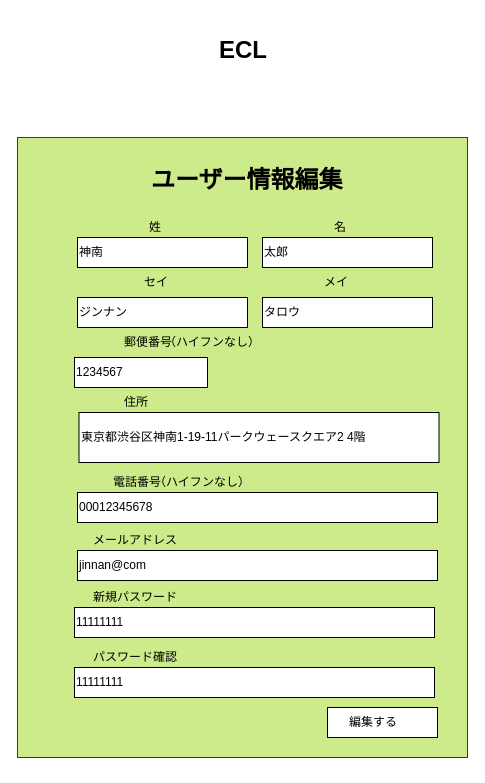
This is ワイヤーフレーム/admin/admin_user_edit.drawio from ecl11/ECL, a draw.io file, before an edit. Source tidied: cells renumbered, new cells numbered last; positions are measured from the earlier drawing's top-left corner, leaving out a move shared by most shapes. Both pictures are drawn from the tidied source at 100%, with x=0, y=0 at pixel (17, 17).
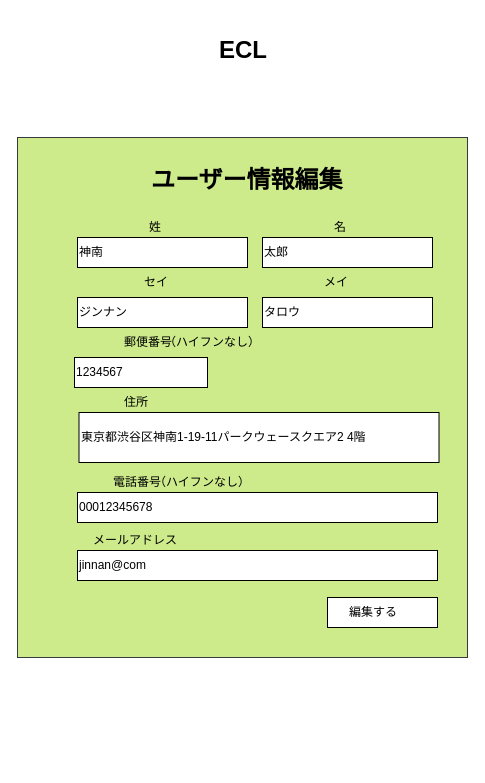
Above is the later version.

Change to the diagram source:
```diff
@@
     <mxCell id="4" style="rounded=0;whiteSpace=wrap;html=1;strokeWidth=1;align=left;fillColor=#cdeb8b;strokeColor=#36393d;" parent="1" vertex="1">
-      <mxGeometry y="120" width="450" height="620" as="geometry" />
+      <mxGeometry y="120" width="450" height="520" as="geometry" />
     </mxCell>
@@
-    <mxCell id="16" value="11111111" style="rounded=0;whiteSpace=wrap;html=1;strokeWidth=1;align=left;" parent="1" vertex="1">
-      <mxGeometry x="57" y="650" width="360" height="30" as="geometry" />
-    </mxCell>
-    <mxCell id="17" value="11111111" style="rounded=0;whiteSpace=wrap;html=1;strokeWidth=1;align=left;" parent="1" vertex="1">
-      <mxGeometry x="57" y="590" width="360" height="30" as="geometry" />
-    </mxCell>
@@
-    <mxCell id="25" value="新規パスワード" style="text;html=1;align=left;verticalAlign=top;spacingTop=-4;" parent="1" vertex="1">
-      <mxGeometry x="73.5" y="570" width="100" height="20" as="geometry" />
-    </mxCell>
-    <mxCell id="26" value="パスワード確認" style="text;html=1;align=left;verticalAlign=top;spacingTop=-4;" parent="1" vertex="1">
-      <mxGeometry x="73.5" y="630" width="100" height="20" as="geometry" />
-    </mxCell>
@@
     <mxCell id="28" style="rounded=0;whiteSpace=wrap;html=1;strokeWidth=1;align=left;" parent="1" vertex="1">
-      <mxGeometry x="310" y="690" width="110" height="30" as="geometry" />
+      <mxGeometry x="310" y="580" width="110" height="30" as="geometry" />
     </mxCell>
     <mxCell id="29" value="編集する" style="text;html=1;align=left;verticalAlign=top;spacingTop=-4;" parent="1" vertex="1">
-      <mxGeometry x="330" y="695" width="60" height="20" as="geometry" />
+      <mxGeometry x="330" y="585" width="60" height="20" as="geometry" />
     </mxCell>
```
